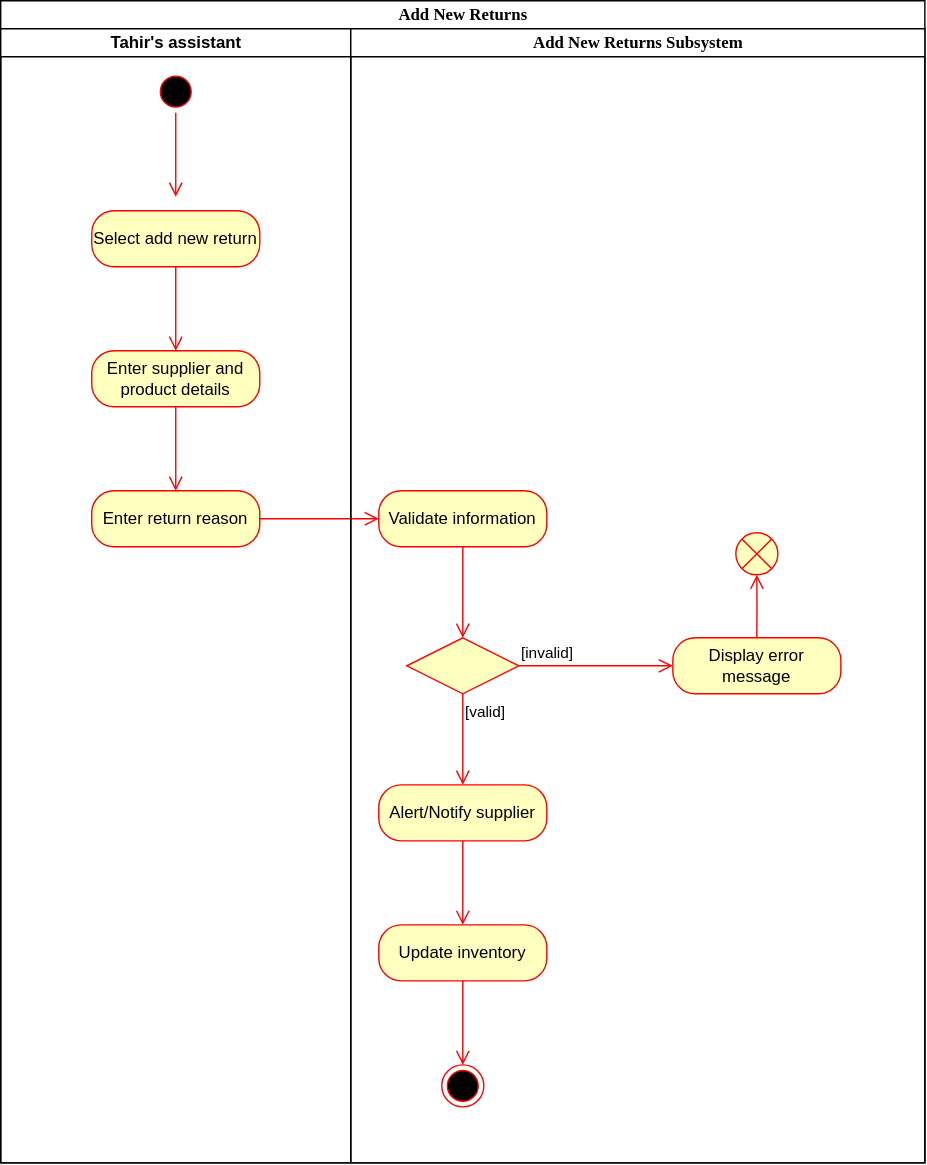
The draw.io diagram Add New Returns Activity Diagrams.svg in Simamkele88/IFM3_GP, before a commit. Source tidied: cells renumbered, new cells last; positions are measured from the earlier drawing's top-left corner, leaving out a move shared by most shapes.
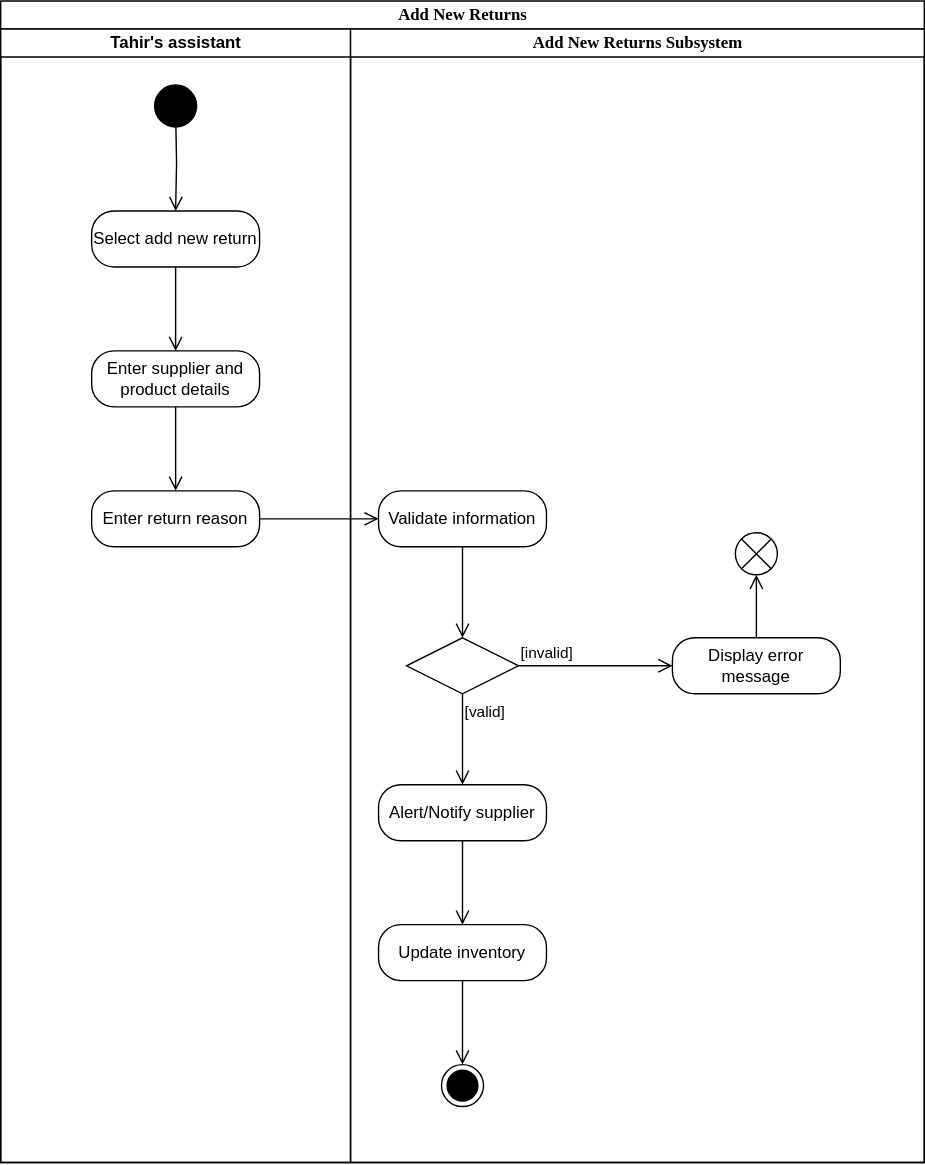
After the commit.

Diff of the diagram source:
```diff
@@ -5,80 +5,82 @@
     <mxCell id="2" value="Add New Returns" style="swimlane;html=1;startSize=20;rounded=0;shadow=0;comic=0;labelBackgroundColor=none;strokeWidth=1;fontFamily=Verdana;fontSize=12;align=center;" parent="1" vertex="1">
       <mxGeometry width="660" height="830" as="geometry" />
     </mxCell>
-    <mxCell id="3" value="Tahir's assistant" style="swimlane;html=1;startSize=20;" parent="2" vertex="1">
+    <mxCell id="3" value="Tahir's assistant" style="swimlane;html=1;startSize=20;labelBackgroundColor=none;" parent="2" vertex="1">
       <mxGeometry y="20" width="250" height="810" as="geometry" />
     </mxCell>
-    <mxCell id="4" style="ellipse;html=1;shape=startState;fillColor=#000000;strokeColor=#ff0000;" parent="3" vertex="1">
-      <mxGeometry x="110" y="30" width="30" height="30" as="geometry" />
-    </mxCell>
-    <mxCell id="5" style="edgeStyle=orthogonalEdgeStyle;html=1;verticalAlign=bottom;endArrow=open;endSize=8;strokeColor=#ff0000;rounded=0;" parent="3" edge="1" source="4">
+    <mxCell id="5" style="edgeStyle=orthogonalEdgeStyle;html=1;verticalAlign=bottom;endArrow=open;endSize=8;rounded=0;labelBackgroundColor=none;fontColor=default;entryX=0.5;entryY=0;entryDx=0;entryDy=0;" parent="3" edge="1" target="6">
       <mxGeometry relative="1" as="geometry">
-        <mxPoint x="125" y="120" as="targetPoint" />
+        <mxPoint x="125" y="60" as="sourcePoint" />
       </mxGeometry>
     </mxCell>
-    <mxCell id="6" value="Select add new return" style="rounded=1;whiteSpace=wrap;html=1;arcSize=40;fontColor=#000000;fillColor=#ffffc0;strokeColor=#ff0000;" parent="3" vertex="1">
+    <mxCell id="6" value="Select add new return" style="rounded=1;whiteSpace=wrap;html=1;arcSize=40;labelBackgroundColor=none;" parent="3" vertex="1">
       <mxGeometry x="65" y="130" width="120" height="40" as="geometry" />
     </mxCell>
-    <mxCell id="7" style="edgeStyle=orthogonalEdgeStyle;html=1;verticalAlign=bottom;endArrow=open;endSize=8;strokeColor=#ff0000;rounded=0;entryX=0.5;entryY=0;entryDx=0;entryDy=0;" parent="3" edge="1" source="6" target="8">
+    <mxCell id="7" style="edgeStyle=orthogonalEdgeStyle;html=1;verticalAlign=bottom;endArrow=open;endSize=8;rounded=0;entryX=0.5;entryY=0;entryDx=0;entryDy=0;labelBackgroundColor=none;fontColor=default;" parent="3" edge="1" source="6" target="8">
       <mxGeometry relative="1" as="geometry" />
     </mxCell>
-    <mxCell id="8" value="Enter supplier and product details" style="rounded=1;whiteSpace=wrap;html=1;arcSize=40;fontColor=#000000;fillColor=#ffffc0;strokeColor=#ff0000;" parent="3" vertex="1">
+    <mxCell id="8" value="Enter supplier and product details" style="rounded=1;whiteSpace=wrap;html=1;arcSize=40;labelBackgroundColor=none;" parent="3" vertex="1">
       <mxGeometry x="65" y="230" width="120" height="40" as="geometry" />
     </mxCell>
-    <mxCell id="9" style="edgeStyle=orthogonalEdgeStyle;html=1;verticalAlign=bottom;endArrow=open;endSize=8;strokeColor=#ff0000;rounded=0;entryX=0.5;entryY=0;entryDx=0;entryDy=0;" parent="3" edge="1" source="8" target="10">
+    <mxCell id="9" style="edgeStyle=orthogonalEdgeStyle;html=1;verticalAlign=bottom;endArrow=open;endSize=8;rounded=0;entryX=0.5;entryY=0;entryDx=0;entryDy=0;labelBackgroundColor=none;fontColor=default;" parent="3" edge="1" source="8" target="10">
       <mxGeometry relative="1" as="geometry" />
     </mxCell>
-    <mxCell id="10" value="Enter return reason" style="rounded=1;whiteSpace=wrap;html=1;arcSize=40;fontColor=#000000;fillColor=#ffffc0;strokeColor=#ff0000;" parent="3" vertex="1">
+    <mxCell id="10" value="Enter return reason" style="rounded=1;whiteSpace=wrap;html=1;arcSize=40;labelBackgroundColor=none;" parent="3" vertex="1">
       <mxGeometry x="65" y="330" width="120" height="40" as="geometry" />
     </mxCell>
+    <mxCell id="26" style="ellipse;fillColor=strokeColor;html=1;" parent="3" vertex="1">
+      <mxGeometry x="110" y="40" width="30" height="30" as="geometry" />
+    </mxCell>
-    <mxCell id="11" style="edgeStyle=orthogonalEdgeStyle;html=1;verticalAlign=bottom;endArrow=open;endSize=8;strokeColor=#ff0000;rounded=0;exitX=1;exitY=0.5;exitDx=0;exitDy=0;entryX=0;entryY=0.5;entryDx=0;entryDy=0;" parent="2" edge="1" source="10" target="13">
+    <mxCell id="11" style="edgeStyle=orthogonalEdgeStyle;html=1;verticalAlign=bottom;endArrow=open;endSize=8;rounded=0;exitX=1;exitY=0.5;exitDx=0;exitDy=0;entryX=0;entryY=0.5;entryDx=0;entryDy=0;labelBackgroundColor=none;fontColor=default;" parent="2" edge="1" source="10" target="13">
       <mxGeometry relative="1" as="geometry" />
     </mxCell>
-    <mxCell id="12" value="&lt;span style=&quot;font-family: Verdana;&quot;&gt;Add New Returns Subsystem&lt;/span&gt;" style="swimlane;html=1;startSize=20;" parent="2" vertex="1">
+    <mxCell id="12" value="&lt;span style=&quot;font-family: Verdana;&quot;&gt;Add New Returns Subsystem&lt;/span&gt;" style="swimlane;html=1;startSize=20;labelBackgroundColor=none;" parent="2" vertex="1">
       <mxGeometry x="250" y="20" width="410" height="810" as="geometry" />
     </mxCell>
-    <mxCell id="13" value="Validate information" style="rounded=1;whiteSpace=wrap;html=1;arcSize=40;fontColor=#000000;fillColor=#ffffc0;strokeColor=#ff0000;" parent="12" vertex="1">
+    <mxCell id="13" value="Validate information" style="rounded=1;whiteSpace=wrap;html=1;arcSize=40;labelBackgroundColor=none;" parent="12" vertex="1">
       <mxGeometry x="20" y="330" width="120" height="40" as="geometry" />
     </mxCell>
-    <mxCell id="14" style="edgeStyle=orthogonalEdgeStyle;html=1;verticalAlign=bottom;endArrow=open;endSize=8;strokeColor=#ff0000;rounded=0;entryX=0.5;entryY=0;entryDx=0;entryDy=0;" parent="12" edge="1" source="13" target="15">
+    <mxCell id="14" style="edgeStyle=orthogonalEdgeStyle;html=1;verticalAlign=bottom;endArrow=open;endSize=8;rounded=0;entryX=0.5;entryY=0;entryDx=0;entryDy=0;labelBackgroundColor=none;fontColor=default;" parent="12" edge="1" source="13" target="15">
       <mxGeometry relative="1" as="geometry" />
     </mxCell>
-    <mxCell id="15" style="rhombus;whiteSpace=wrap;html=1;fontColor=#000000;fillColor=#FFFFC0;strokeColor=#ff0000;" parent="12" vertex="1">
+    <mxCell id="15" style="rhombus;whiteSpace=wrap;html=1;labelBackgroundColor=none;" parent="12" vertex="1">
       <mxGeometry x="40" y="435" width="80" height="40" as="geometry" />
     </mxCell>
-    <mxCell id="16" value="[invalid]" style="edgeStyle=orthogonalEdgeStyle;html=1;align=left;verticalAlign=bottom;endArrow=open;endSize=8;strokeColor=#ff0000;rounded=0;exitX=1;exitY=0.5;exitDx=0;exitDy=0;" parent="12" edge="1" source="15">
+    <mxCell id="16" value="[invalid]" style="edgeStyle=orthogonalEdgeStyle;html=1;align=left;verticalAlign=bottom;endArrow=open;endSize=8;rounded=0;exitX=1;exitY=0.5;exitDx=0;exitDy=0;labelBackgroundColor=none;fontColor=default;" parent="12" edge="1" source="15">
       <mxGeometry x="-1" relative="1" as="geometry">
         <mxPoint x="230" y="455" as="targetPoint" />
       </mxGeometry>
     </mxCell>
-    <mxCell id="17" value="[valid]" style="edgeStyle=orthogonalEdgeStyle;html=1;align=left;verticalAlign=top;endArrow=open;endSize=8;strokeColor=#ff0000;rounded=0;entryX=0.5;entryY=0;entryDx=0;entryDy=0;" parent="12" edge="1" source="15" target="18">
+    <mxCell id="17" value="[valid]" style="edgeStyle=orthogonalEdgeStyle;html=1;align=left;verticalAlign=top;endArrow=open;endSize=8;rounded=0;entryX=0.5;entryY=0;entryDx=0;entryDy=0;labelBackgroundColor=none;fontColor=default;" parent="12" edge="1" source="15" target="18">
       <mxGeometry x="-1" relative="1" as="geometry" />
     </mxCell>
-    <mxCell id="18" value="Alert/Notify supplier" style="rounded=1;whiteSpace=wrap;html=1;arcSize=40;fontColor=#000000;fillColor=#ffffc0;strokeColor=#ff0000;" parent="12" vertex="1">
+    <mxCell id="18" value="Alert/Notify supplier" style="rounded=1;whiteSpace=wrap;html=1;arcSize=40;labelBackgroundColor=none;" parent="12" vertex="1">
       <mxGeometry x="20" y="540" width="120" height="40" as="geometry" />
     </mxCell>
-    <mxCell id="19" style="edgeStyle=orthogonalEdgeStyle;html=1;verticalAlign=bottom;endArrow=open;endSize=8;strokeColor=#ff0000;rounded=0;entryX=0.5;entryY=0;entryDx=0;entryDy=0;" parent="12" edge="1" source="18" target="20">
+    <mxCell id="19" style="edgeStyle=orthogonalEdgeStyle;html=1;verticalAlign=bottom;endArrow=open;endSize=8;rounded=0;entryX=0.5;entryY=0;entryDx=0;entryDy=0;labelBackgroundColor=none;fontColor=default;" parent="12" edge="1" source="18" target="20">
       <mxGeometry relative="1" as="geometry" />
     </mxCell>
-    <mxCell id="20" value="Update inventory" style="rounded=1;whiteSpace=wrap;html=1;arcSize=40;fontColor=#000000;fillColor=#ffffc0;strokeColor=#ff0000;" parent="12" vertex="1">
+    <mxCell id="20" value="Update inventory" style="rounded=1;whiteSpace=wrap;html=1;arcSize=40;labelBackgroundColor=none;" parent="12" vertex="1">
       <mxGeometry x="20" y="640" width="120" height="40" as="geometry" />
     </mxCell>
-    <mxCell id="21" style="edgeStyle=orthogonalEdgeStyle;html=1;verticalAlign=bottom;endArrow=open;endSize=8;strokeColor=#ff0000;rounded=0;entryX=0.5;entryY=0;entryDx=0;entryDy=0;entryPerimeter=0;" parent="12" edge="1" source="20" target="22">
-      <mxGeometry relative="1" as="geometry" />
+    <mxCell id="21" style="edgeStyle=orthogonalEdgeStyle;html=1;verticalAlign=bottom;endArrow=open;endSize=8;rounded=0;entryX=0.5;entryY=0;entryDx=0;entryDy=0;entryPerimeter=0;labelBackgroundColor=none;fontColor=default;" parent="12" edge="1" source="20">
+      <mxGeometry relative="1" as="geometry">
+        <mxPoint x="80" y="740" as="targetPoint" />
+      </mxGeometry>
     </mxCell>
-    <mxCell id="22" style="ellipse;html=1;shape=endState;fillColor=#000000;strokeColor=#ff0000;" parent="12" vertex="1">
-      <mxGeometry x="65" y="740" width="30" height="30" as="geometry" />
-    </mxCell>
-    <mxCell id="23" style="shape=sumEllipse;perimeter=ellipsePerimeter;html=1;backgroundOutline=1;fillColor=#FFFFC0;strokeColor=#FF0000;" parent="12" vertex="1">
+    <mxCell id="23" style="shape=sumEllipse;perimeter=ellipsePerimeter;html=1;backgroundOutline=1;labelBackgroundColor=none;" parent="12" vertex="1">
       <mxGeometry x="275" y="360" width="30" height="30" as="geometry" />
     </mxCell>
-    <mxCell id="24" value="Display error message" style="rounded=1;whiteSpace=wrap;html=1;arcSize=40;fontColor=#000000;fillColor=#ffffc0;strokeColor=#ff0000;" parent="12" vertex="1">
+    <mxCell id="24" value="Display error message" style="rounded=1;whiteSpace=wrap;html=1;arcSize=40;labelBackgroundColor=none;" parent="12" vertex="1">
       <mxGeometry x="230" y="435" width="120" height="40" as="geometry" />
     </mxCell>
-    <mxCell id="25" style="edgeStyle=orthogonalEdgeStyle;html=1;verticalAlign=bottom;endArrow=open;endSize=8;strokeColor=#ff0000;rounded=0;exitX=0.5;exitY=0;exitDx=0;exitDy=0;" parent="12" edge="1" source="24">
+    <mxCell id="25" style="edgeStyle=orthogonalEdgeStyle;html=1;verticalAlign=bottom;endArrow=open;endSize=8;rounded=0;exitX=0.5;exitY=0;exitDx=0;exitDy=0;labelBackgroundColor=none;fontColor=default;" parent="12" edge="1" source="24">
       <mxGeometry relative="1" as="geometry">
         <mxPoint x="290" y="390" as="targetPoint" />
       </mxGeometry>
     </mxCell>
+    <mxCell id="27" style="ellipse;html=1;shape=endState;fillColor=strokeColor;" parent="12" vertex="1">
+      <mxGeometry x="65" y="740" width="30" height="30" as="geometry" />
+    </mxCell>
   </root>
 </mxGraphModel>
```
